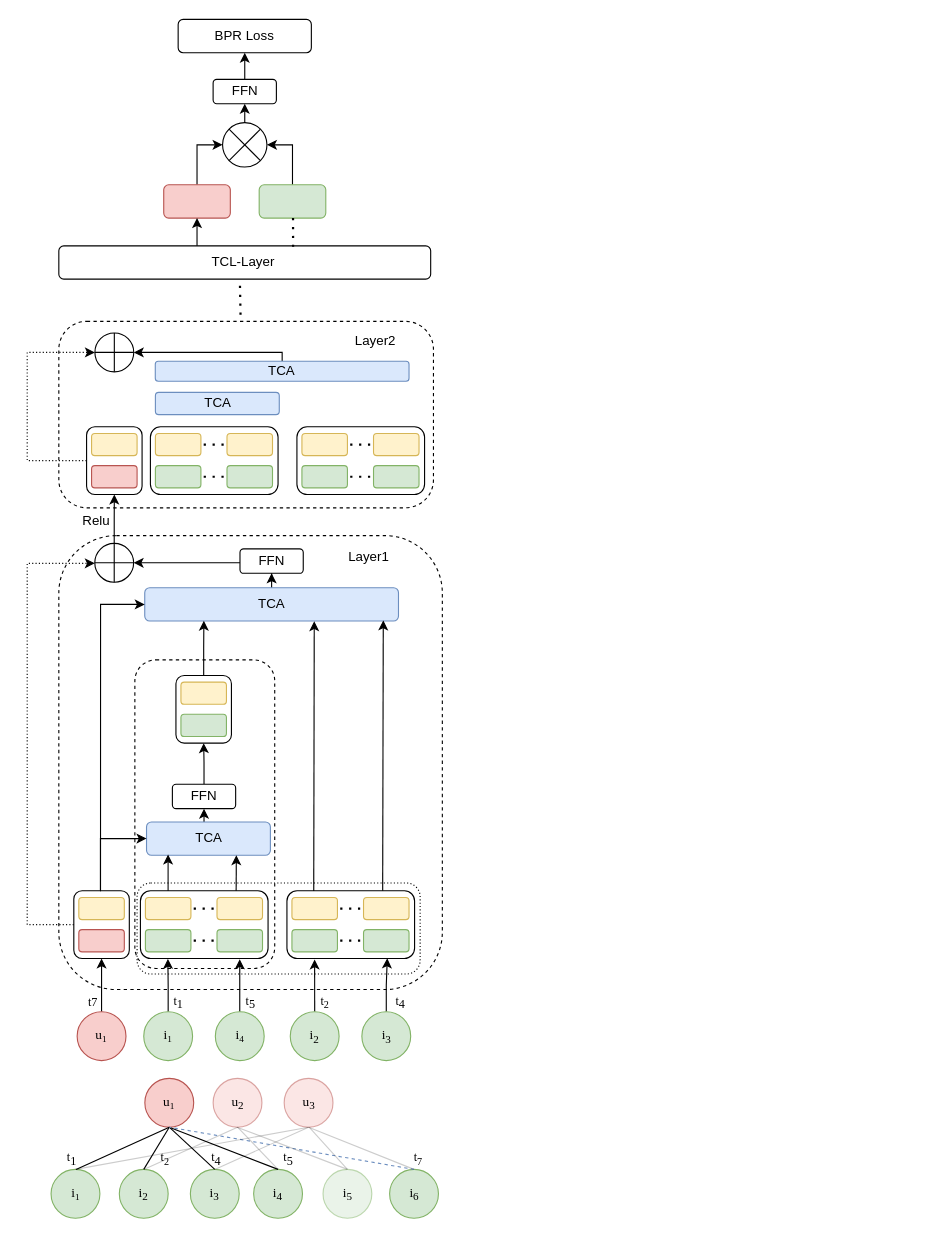
The draw.io diagram MyGNN.drawio in ZYNsama666/BackUp, before the edit. Source tidied: cells renumbered, new cells numbered last; positions are measured from the earlier drawing's top-left corner, leaving out a move shared by most shapes. Both pictures are drawn from the tidied source at 111%, with x=0, y=0 at pixel (27, 19).
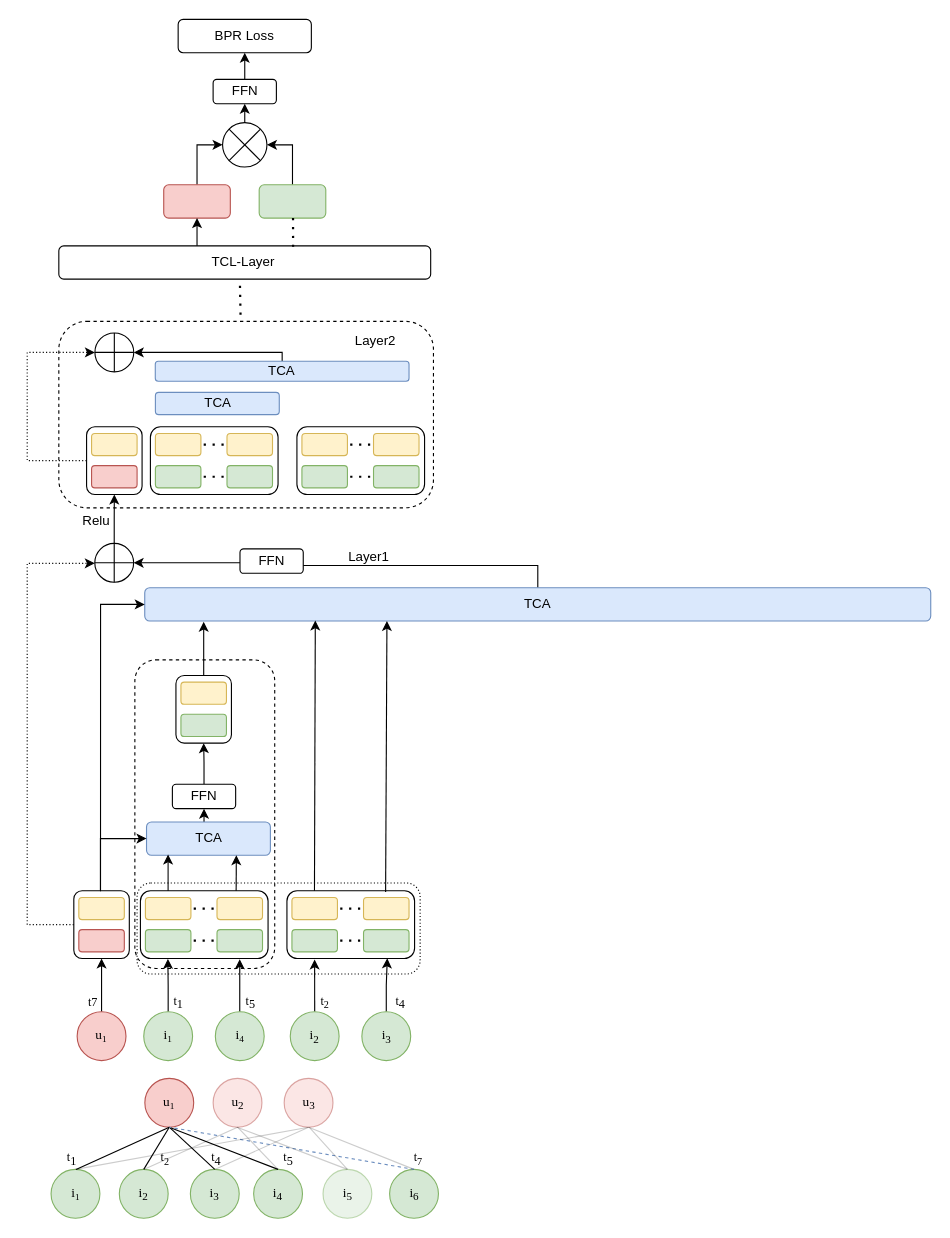
The same page after the edit.

Unchanged cells that the change refers to:
```xml
<mxCell id="35" style="rounded=1;whiteSpace=wrap;html=1;" parent="1" vertex="1">
  <mxGeometry x="234" y="785" width="115" height="61" as="geometry" />
</mxCell>
<mxCell id="123" style="rounded=1;whiteSpace=wrap;html=1;" parent="1" vertex="1">
  <mxGeometry x="134" y="591" width="50" height="61" as="geometry" />
</mxCell>
```

What changed in the source:
```diff
@@
-    <mxCell id="2" style="rounded=1;whiteSpace=wrap;html=1;dashed=1;" parent="1" vertex="1">
-      <mxGeometry x="28.5" y="465" width="345.5" height="409" as="geometry" />
-    </mxCell>
@@
     <mxCell id="19" value="TCA" style="rounded=1;whiteSpace=wrap;html=1;fillColor=#dae8fc;strokeColor=#6c8ebf;" parent="1" vertex="1">
-      <mxGeometry x="105.9" y="512" width="228.6" height="30" as="geometry" />
+      <mxGeometry x="105.9" y="512" width="708.1" height="30" as="geometry" />
     </mxCell>
@@
-    <mxCell id="42" style="endArrow=classic;html=1;rounded=0;exitX=0.21;exitY=0.005;exitDx=0;exitDy=0;exitPerimeter=0;entryX=0.668;entryY=1.004;entryDx=0;entryDy=0;entryPerimeter=0;" parent="1" edge="1" source="35" target="19">
-      <mxGeometry relative="1" as="geometry" />
-    </mxCell>
-    <mxCell id="43" style="endArrow=classic;html=1;rounded=0;exitX=0.75;exitY=0;exitDx=0;exitDy=0;entryX=0.94;entryY=0.98;entryDx=0;entryDy=0;entryPerimeter=0;" parent="1" edge="1" source="35" target="19">
-      <mxGeometry relative="1" as="geometry" />
-    </mxCell>
@@
-    <mxCell id="122" style="edgeStyle=orthogonalEdgeStyle;rounded=0;jettySize=auto;html=1;entryX=0.233;entryY=0.99;entryDx=0;entryDy=0;entryPerimeter=0;" parent="1" edge="1" source="123" target="19">
+    <mxCell id="122" style="edgeStyle=orthogonalEdgeStyle;rounded=0;jettySize=auto;html=1;entryX=0.075;entryY=1.022;entryDx=0;entryDy=0;entryPerimeter=0;" parent="1" edge="1" source="123" target="19">
       <mxGeometry relative="1" as="geometry" />
     </mxCell>
@@
+    <mxCell id="129" style="endArrow=classic;html=1;rounded=0;exitX=0.75;exitY=0;exitDx=0;exitDy=0;entryX=0.217;entryY=0.982;entryDx=0;entryDy=0;entryPerimeter=0;" parent="1" edge="1" target="19">
+      <mxGeometry relative="1" as="geometry">
+        <mxPoint x="258.8" y="785" as="sourcePoint" />
+      </mxGeometry>
+    </mxCell>
+    <mxCell id="130" style="endArrow=classic;html=1;rounded=0;exitX=0.75;exitY=0;exitDx=0;exitDy=0;entryX=0.217;entryY=0.982;entryDx=0;entryDy=0;entryPerimeter=0;" parent="1" edge="1">
+      <mxGeometry relative="1" as="geometry">
+        <mxPoint x="322.9" y="786" as="sourcePoint" />
+        <mxPoint x="324.1" y="542" as="targetPoint" />
+      </mxGeometry>
+    </mxCell>
```
